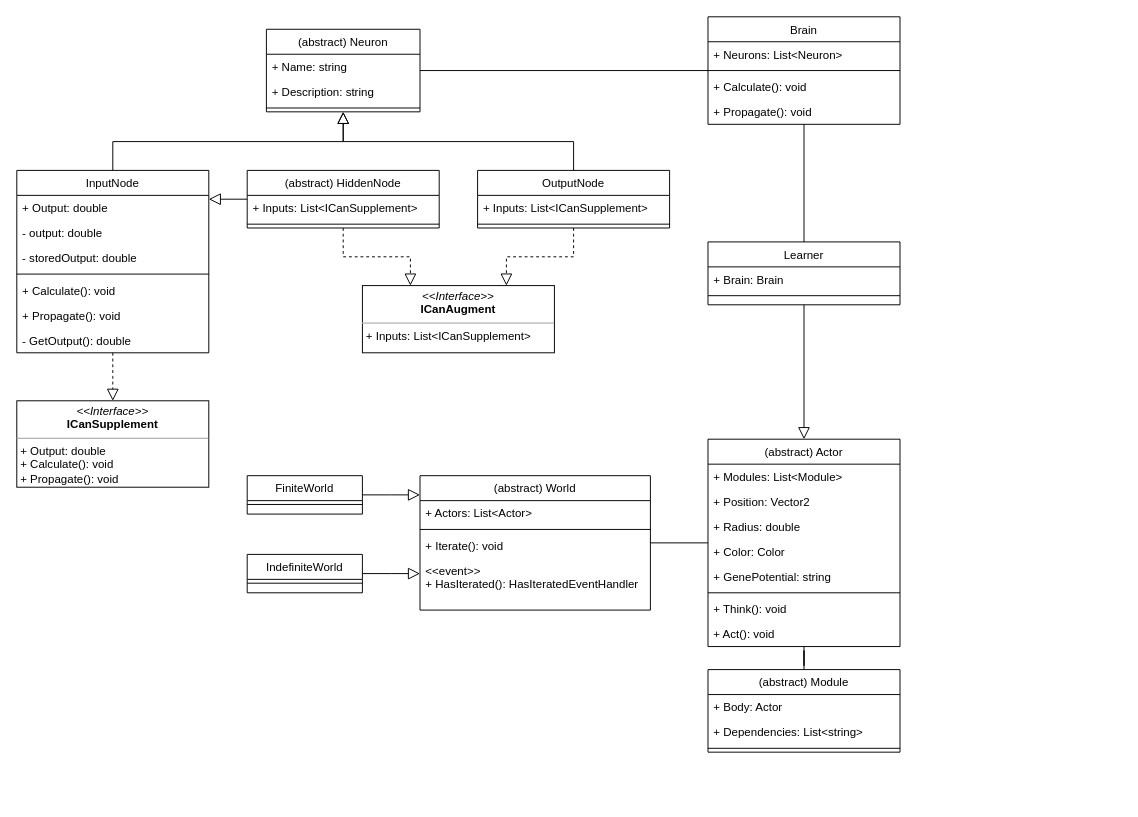
The draw.io diagram ClassDiagram.drawio in Exouxas/FosterScript.Core, before the edit. Source tidied: cells renumbered, new cells numbered last; positions are measured from the earlier drawing's top-left corner, leaving out a move shared by most shapes. Both pictures are drawn from the tidied source at 96%, with x=0, y=0 at pixel (16, 16).
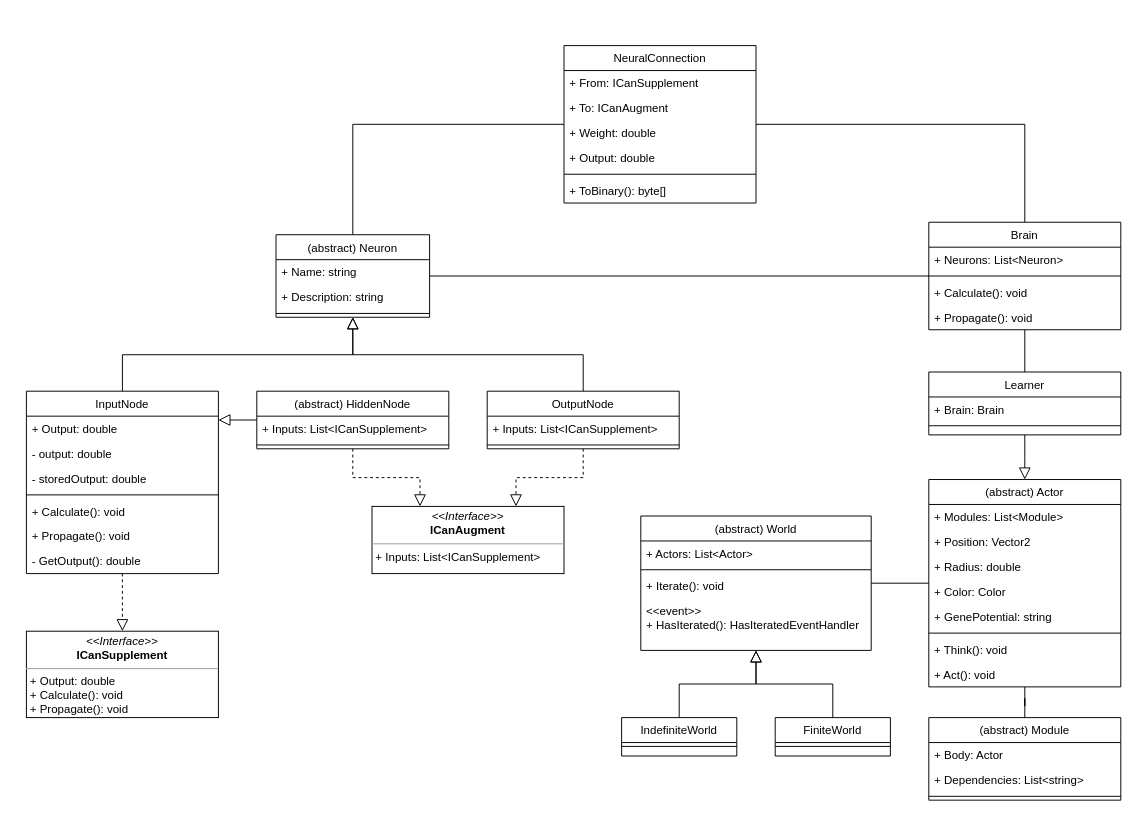
The same diagram, later.

Diff of the diagram source:
```diff
@@
     <mxCell id="2" value="(abstract) Neuron" style="swimlane;fontStyle=0;align=center;verticalAlign=top;horizontal=1;startSize=26;rounded=0;shadow=0;strokeWidth=1;" parent="1" vertex="1">
-      <mxGeometry x="260" y="13" width="160" height="86" as="geometry" />
+      <mxGeometry x="270" y="227" width="160" height="86" as="geometry" />
     </mxCell>
@@
     <mxCell id="6" value="InputNode" style="swimlane;fontStyle=0;align=center;verticalAlign=top;horizontal=1;startSize=26;rounded=0;shadow=0;strokeWidth=1;" parent="1" vertex="1">
-      <mxGeometry y="160" width="200" height="190" as="geometry" />
+      <mxGeometry x="10" y="390" width="200" height="190" as="geometry" />
     </mxCell>
@@
     <mxCell id="15" value="OutputNode" style="swimlane;fontStyle=0;align=center;verticalAlign=top;horizontal=1;startSize=26;rounded=0;shadow=0;strokeWidth=1;" parent="1" vertex="1">
-      <mxGeometry x="480" y="160" width="200" height="60" as="geometry" />
+      <mxGeometry x="490" y="390" width="200" height="60" as="geometry" />
     </mxCell>
@@
     <mxCell id="19" value="(abstract) Module" style="swimlane;fontStyle=0;align=center;verticalAlign=top;horizontal=1;startSize=26;rounded=0;shadow=0;strokeWidth=1;" parent="1" vertex="1">
-      <mxGeometry x="720" y="680" width="200" height="86" as="geometry" />
+      <mxGeometry x="950" y="730" width="200" height="86" as="geometry" />
     </mxCell>
@@
     <mxCell id="24" value="Learner" style="swimlane;fontStyle=0;align=center;verticalAlign=top;horizontal=1;startSize=26;rounded=0;shadow=0;strokeWidth=1;" parent="1" vertex="1">
-      <mxGeometry x="720" y="234.5" width="200" height="65.5" as="geometry" />
+      <mxGeometry x="950" y="370" width="200" height="65.5" as="geometry" />
     </mxCell>
@@
     <mxCell id="27" value="(abstract) HiddenNode" style="swimlane;fontStyle=0;align=center;verticalAlign=top;horizontal=1;startSize=26;rounded=0;shadow=0;strokeWidth=1;" parent="1" vertex="1">
-      <mxGeometry x="240" y="160" width="200" height="60" as="geometry" />
+      <mxGeometry x="250" y="390" width="200" height="60" as="geometry" />
     </mxCell>
@@
     <mxCell id="31" value="&lt;p style=&quot;margin: 0px ; margin-top: 4px ; text-align: center&quot;&gt;&lt;i&gt;&amp;lt;&amp;lt;Interface&amp;gt;&amp;gt;&lt;/i&gt;&lt;br&gt;&lt;b&gt;ICanAugment&lt;/b&gt;&lt;/p&gt;&lt;hr size=&quot;1&quot;&gt;&lt;p style=&quot;margin: 0px ; margin-left: 4px&quot;&gt;+ Inputs: List&amp;lt;ICanSupplement&amp;gt;&lt;br&gt;&lt;/p&gt;" style="verticalAlign=top;align=left;overflow=fill;fontSize=12;fontFamily=Helvetica;html=1;" parent="1" vertex="1">
-      <mxGeometry x="360" y="280" width="200" height="70" as="geometry" />
+      <mxGeometry x="370" y="510" width="200" height="70" as="geometry" />
     </mxCell>
     <mxCell id="32" value="&lt;p style=&quot;margin: 0px ; margin-top: 4px ; text-align: center&quot;&gt;&lt;i&gt;&amp;lt;&amp;lt;Interface&amp;gt;&amp;gt;&lt;/i&gt;&lt;br&gt;&lt;b&gt;ICanSupplement&lt;/b&gt;&lt;/p&gt;&lt;hr size=&quot;1&quot;&gt;&lt;p style=&quot;margin: 0px ; margin-left: 4px&quot;&gt;+ Output: double&lt;/p&gt;&lt;p style=&quot;margin: 0px ; margin-left: 4px&quot;&gt;+ Calculate(): void&lt;/p&gt;&lt;p style=&quot;margin: 0px ; margin-left: 4px&quot;&gt;+ Propagate(): void&lt;/p&gt;" style="verticalAlign=top;align=left;overflow=fill;fontSize=12;fontFamily=Helvetica;html=1;" parent="1" vertex="1">
-      <mxGeometry y="400" width="200" height="90" as="geometry" />
+      <mxGeometry x="10" y="640" width="200" height="90" as="geometry" />
     </mxCell>
@@
     <mxCell id="36" value="Brain" style="swimlane;fontStyle=0;align=center;verticalAlign=top;horizontal=1;startSize=26;rounded=0;shadow=0;strokeWidth=1;" parent="1" vertex="1">
-      <mxGeometry x="720" width="200" height="112" as="geometry" />
+      <mxGeometry x="950" y="214" width="200" height="112" as="geometry" />
     </mxCell>
@@
     <mxCell id="43" value="(abstract) World" style="swimlane;fontStyle=0;align=center;verticalAlign=top;horizontal=1;startSize=26;rounded=0;shadow=0;strokeWidth=1;" parent="1" vertex="1">
-      <mxGeometry x="420" y="478" width="240" height="140" as="geometry" />
+      <mxGeometry x="650" y="520" width="240" height="140" as="geometry" />
     </mxCell>
@@
     <mxCell id="49" value="FiniteWorld" style="swimlane;fontStyle=0;align=center;verticalAlign=top;horizontal=1;startSize=26;rounded=0;shadow=0;strokeWidth=1;" parent="1" vertex="1">
-      <mxGeometry x="240" y="478" width="120" height="40" as="geometry" />
+      <mxGeometry x="790" y="730" width="120" height="40" as="geometry" />
     </mxCell>
@@
     <mxCell id="52" value="IndefiniteWorld" style="swimlane;fontStyle=0;align=center;verticalAlign=top;horizontal=1;startSize=26;rounded=0;shadow=0;strokeWidth=1;" parent="1" vertex="1">
-      <mxGeometry x="240" y="560" width="120" height="40" as="geometry" />
+      <mxGeometry x="630" y="730" width="120" height="40" as="geometry" />
     </mxCell>
@@
     <mxCell id="55" value="(abstract) Actor" style="swimlane;fontStyle=0;align=center;verticalAlign=top;horizontal=1;startSize=26;rounded=0;shadow=0;strokeWidth=1;" parent="1" vertex="1">
-      <mxGeometry x="720" y="440" width="200" height="216" as="geometry" />
+      <mxGeometry x="950" y="482" width="200" height="216" as="geometry" />
     </mxCell>
@@
+    <mxCell id="65" style="edgeStyle=orthogonalEdgeStyle;rounded=0;jettySize=auto;html=1;endArrow=none;endFill=0;" parent="1" edge="1" source="67" target="2">
+      <mxGeometry relative="1" as="geometry" />
+    </mxCell>
+    <mxCell id="66" style="edgeStyle=orthogonalEdgeStyle;rounded=0;jettySize=auto;html=1;endArrow=none;endFill=0;" parent="1" edge="1" source="67" target="36">
+      <mxGeometry relative="1" as="geometry" />
+    </mxCell>
+    <mxCell id="67" value="NeuralConnection" style="swimlane;fontStyle=0;align=center;verticalAlign=top;horizontal=1;startSize=26;rounded=0;shadow=0;strokeWidth=1;" parent="1" vertex="1">
+      <mxGeometry x="570" y="30" width="200" height="164" as="geometry" />
+    </mxCell>
+    <mxCell id="68" value="+ From: ICanSupplement" style="text;align=left;verticalAlign=top;spacingLeft=4;spacingRight=4;overflow=hidden;" parent="67" vertex="1">
+      <mxGeometry y="26" width="200" height="26" as="geometry" />
+    </mxCell>
+    <mxCell id="69" value="+ To: ICanAugment" style="text;align=left;verticalAlign=top;spacingLeft=4;spacingRight=4;overflow=hidden;" parent="67" vertex="1">
+      <mxGeometry y="52" width="200" height="26" as="geometry" />
+    </mxCell>
+    <mxCell id="70" value="+ Weight: double" style="text;align=left;verticalAlign=top;spacingLeft=4;spacingRight=4;overflow=hidden;" parent="67" vertex="1">
+      <mxGeometry y="78" width="200" height="26" as="geometry" />
+    </mxCell>
+    <mxCell id="71" value="+ Output: double" style="text;align=left;verticalAlign=top;spacingLeft=4;spacingRight=4;overflow=hidden;" parent="67" vertex="1">
+      <mxGeometry y="104" width="200" height="26" as="geometry" />
+    </mxCell>
+    <mxCell id="72" style="line;html=1;strokeWidth=1;align=left;verticalAlign=middle;spacingTop=-1;spacingLeft=3;spacingRight=3;labelPosition=right;" parent="67" vertex="1">
+      <mxGeometry y="130" width="200" height="8" as="geometry" />
+    </mxCell>
+    <mxCell id="73" value="+ ToBinary(): byte[]" style="text;align=left;verticalAlign=top;spacingLeft=4;spacingRight=4;overflow=hidden;" parent="67" vertex="1">
+      <mxGeometry y="138" width="200" height="26" as="geometry" />
+    </mxCell>
```
